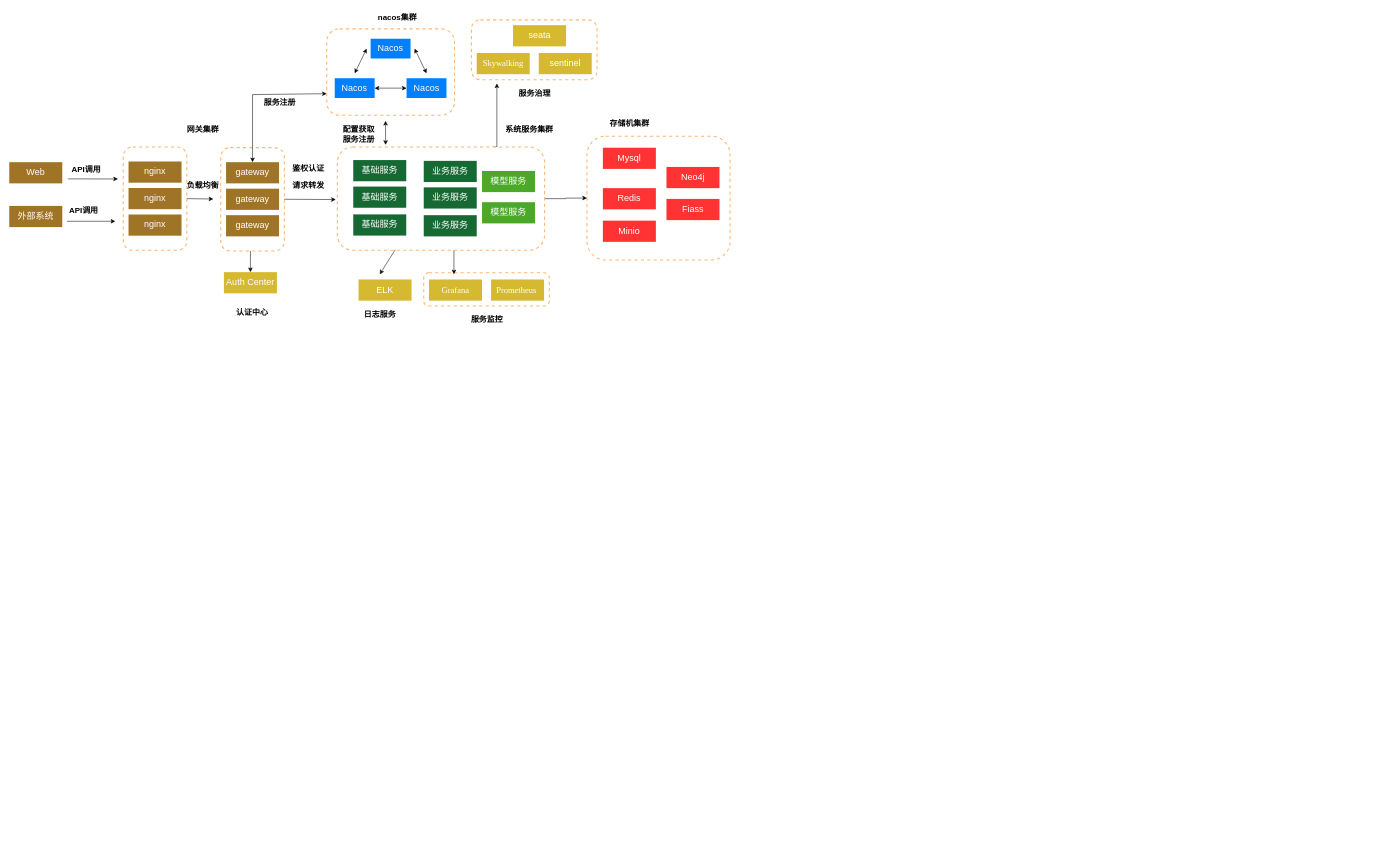
This is 数据检索与维修数据服/部署架构图.drawio from DemonHan/KuickBuy, a draw.io file, before an edit. Source tidied: cells renumbered, new cells numbered last; positions are measured from the earlier drawing's top-left corner, leaving out a move shared by most shapes. Both pictures are drawn from the tidied source at 53%, with x=0, y=0 at pixel (9, 9).
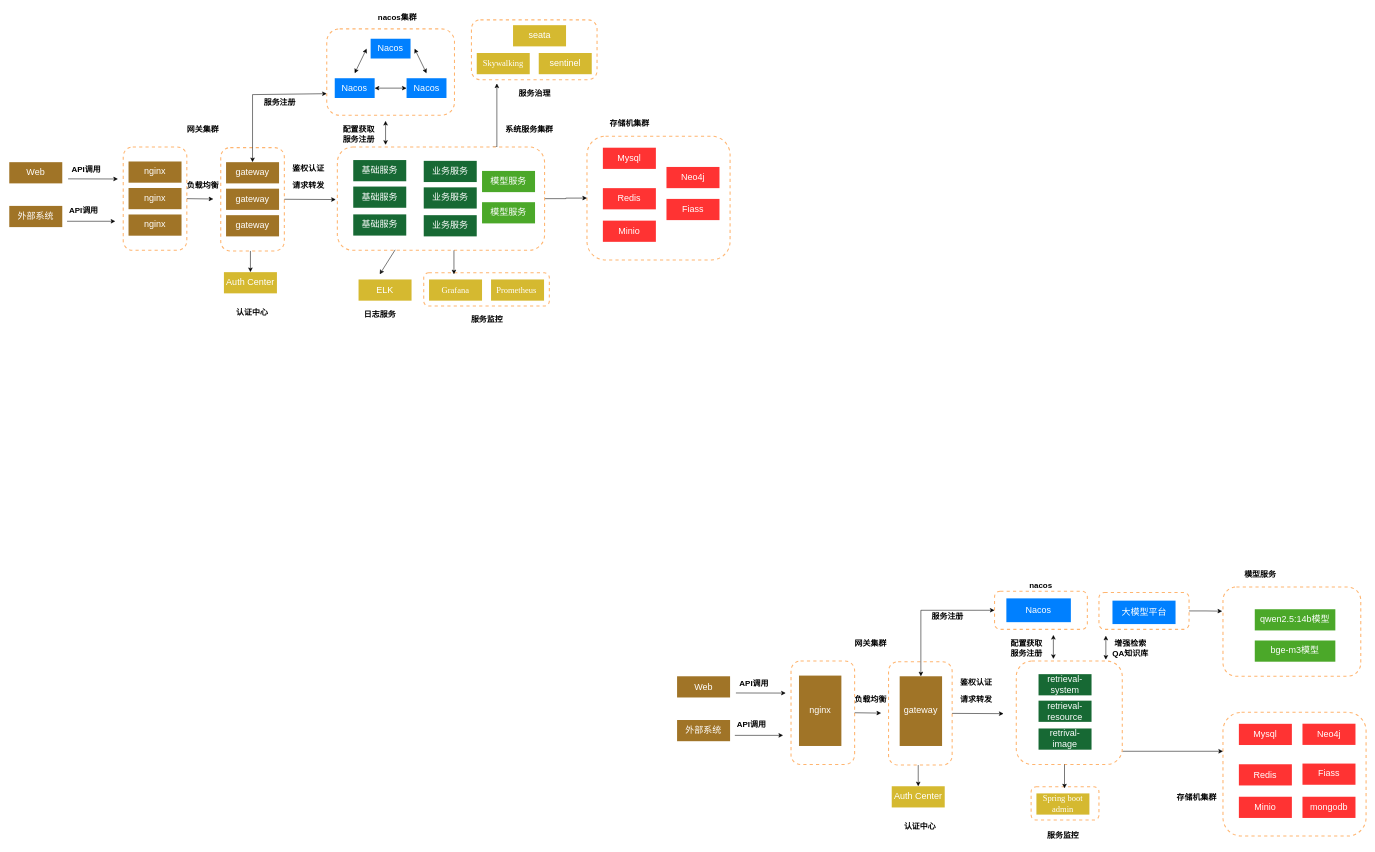
After the change.

Commit message:
更新部署架构图.drawio

Diff of the diagram source:
```diff
@@
+    <mxCell id="72" style="rounded=1;whiteSpace=wrap;html=1;dashed=1;strokeColor=#FFB570;strokeWidth=2;" parent="1" vertex="1">
+      <mxGeometry x="2056" y="1100.4" width="170" height="69.6" as="geometry" />
+    </mxCell>
+    <mxCell id="73" style="rounded=1;whiteSpace=wrap;html=1;dashed=1;strokeColor=#FFB570;strokeWidth=2;" parent="1" vertex="1">
+      <mxGeometry x="2290" y="1090" width="260" height="168.5" as="geometry" />
+    </mxCell>
@@
+    <mxCell id="74" style="rounded=1;whiteSpace=wrap;html=1;dashed=1;strokeColor=#FFB570;strokeWidth=2;" parent="1" vertex="1">
+      <mxGeometry x="1928" y="1467" width="128" height="62.8" as="geometry" />
+    </mxCell>
+    <mxCell id="75" style="rounded=1;whiteSpace=wrap;html=1;dashed=1;strokeColor=#FFB570;strokeWidth=2;" parent="1" vertex="1">
+      <mxGeometry x="1659" y="1231" width="120" height="195" as="geometry" />
+    </mxCell>
+    <mxCell id="76" style="rounded=1;whiteSpace=wrap;html=1;dashed=1;strokeColor=#FFB570;strokeWidth=2;" parent="1" vertex="1">
+      <mxGeometry x="2290" y="1326.5" width="270" height="233.5" as="geometry" />
+    </mxCell>
+    <mxCell id="77" style="endArrow=classic;startArrow=classic;html=1;rounded=0;entryX=0;entryY=0.5;entryDx=0;entryDy=0;" parent="1" edge="1" source="96" target="116">
+      <mxGeometry relative="1" as="geometry">
+        <Array as="points">
+          <mxPoint x="1720" y="1134" />
+        </Array>
+      </mxGeometry>
+    </mxCell>
+    <mxCell id="78" style="endArrow=classic;html=1;rounded=0;" parent="1" edge="1">
+      <mxGeometry relative="1" as="geometry">
+        <mxPoint x="1371" y="1290" as="sourcePoint" />
+        <mxPoint x="1465" y="1290.2" as="targetPoint" />
+      </mxGeometry>
+    </mxCell>
+    <mxCell id="79" value="API调用" style="text;html=1;align=center;verticalAlign=middle;strokeColor=none;fillColor=none;strokeWidth=3;fontSize=15;fontStyle=1;" parent="1" vertex="1">
+      <mxGeometry x="1365" y="1255.8" width="80" height="30" as="geometry" />
+    </mxCell>
+    <mxCell id="80" value="网关集群" style="text;html=1;align=center;verticalAlign=middle;strokeColor=none;fillColor=none;strokeWidth=3;fontSize=15;fontStyle=1;" parent="1" vertex="1">
+      <mxGeometry x="1585" y="1180.5" width="80" height="30" as="geometry" />
+    </mxCell>
+    <mxCell id="81" style="edgeStyle=orthogonalEdgeStyle;rounded=0;jettySize=auto;html=1;" parent="1" edge="1" source="82">
+      <mxGeometry relative="1" as="geometry">
+        <mxPoint x="2290" y="1400" as="targetPoint" />
+        <Array as="points">
+          <mxPoint x="2290" y="1400" />
+        </Array>
+      </mxGeometry>
+    </mxCell>
+    <mxCell id="82" style="rounded=1;whiteSpace=wrap;html=1;dashed=1;strokeColor=#FFB570;strokeWidth=2;" parent="1" vertex="1">
+      <mxGeometry x="1900" y="1229.8" width="200" height="195" as="geometry" />
+    </mxCell>
+    <mxCell id="83" value="&lt;font color=&quot;#ffffff&quot;&gt;retrieval-system&lt;/font&gt;" style="rounded=0;whiteSpace=wrap;html=1;fillColor=#176934;fontSize=17;strokeColor=none;" parent="1" vertex="1">
+      <mxGeometry x="1942" y="1254.5" width="100" height="40" as="geometry" />
+    </mxCell>
+    <mxCell id="84" value="&lt;span style=&quot;color: rgb(255, 255, 255);&quot;&gt;retrieval-resource&lt;/span&gt;" style="rounded=0;whiteSpace=wrap;html=1;fillColor=#176934;fontSize=17;strokeColor=none;" parent="1" vertex="1">
+      <mxGeometry x="1942" y="1304.5" width="100" height="40" as="geometry" />
+    </mxCell>
+    <mxCell id="85" value="&lt;font color=&quot;#ffffff&quot;&gt;retrival-image&lt;/font&gt;" style="rounded=0;whiteSpace=wrap;html=1;fillColor=#176934;fontSize=17;strokeColor=none;" parent="1" vertex="1">
+      <mxGeometry x="1942" y="1357" width="100" height="40" as="geometry" />
+    </mxCell>
+    <mxCell id="86" style="endArrow=classic;html=1;rounded=0;exitX=1;exitY=0.5;exitDx=0;exitDy=0;" parent="1" edge="1" source="75">
+      <mxGeometry relative="1" as="geometry">
+        <mxPoint x="1876" y="1329" as="targetPoint" />
+      </mxGeometry>
+    </mxCell>
+    <mxCell id="87" value="&lt;font color=&quot;#ffffff&quot;&gt;Auth Center&lt;/font&gt;" style="rounded=0;whiteSpace=wrap;html=1;fillColor=#d5b930;fontSize=17;strokeColor=none;" parent="1" vertex="1">
+      <mxGeometry x="1665" y="1466" width="100" height="40" as="geometry" />
+    </mxCell>
+    <mxCell id="88" style="endArrow=classic;html=1;rounded=0;entryX=0.5;entryY=0;entryDx=0;entryDy=0;" parent="1" edge="1" target="87">
+      <mxGeometry relative="1" as="geometry">
+        <mxPoint x="1715" y="1426" as="sourcePoint" />
+      </mxGeometry>
+    </mxCell>
+    <mxCell id="89" value="认证中心" style="text;html=1;align=center;verticalAlign=middle;strokeColor=none;fillColor=none;strokeWidth=3;fontSize=15;fontStyle=1;" parent="1" vertex="1">
+      <mxGeometry x="1678" y="1526" width="80" height="30" as="geometry" />
+    </mxCell>
+    <mxCell id="90" value="&lt;font face=&quot;Times New Roman, serif&quot;&gt;&lt;span style=&quot;font-size: 16px;&quot;&gt;Spring boot admin&lt;/span&gt;&lt;/font&gt;" style="rounded=0;whiteSpace=wrap;html=1;fillColor=#d5b930;fontSize=17;strokeColor=none;fontColor=#FFFFFF;" parent="1" vertex="1">
+      <mxGeometry x="1938" y="1479.5" width="100" height="40" as="geometry" />
+    </mxCell>
+    <mxCell id="91" style="endArrow=classic;html=1;rounded=0;exitX=0.279;exitY=0.995;exitDx=0;exitDy=0;exitPerimeter=0;" parent="1" edge="1">
+      <mxGeometry relative="1" as="geometry">
+        <mxPoint x="1991" y="1424.8" as="sourcePoint" />
+        <mxPoint x="1991" y="1470" as="targetPoint" />
+      </mxGeometry>
+    </mxCell>
+    <mxCell id="92" value="服务监控" style="text;html=1;align=center;verticalAlign=middle;strokeColor=none;fillColor=none;strokeWidth=3;fontSize=15;fontStyle=1;" parent="1" vertex="1">
+      <mxGeometry x="1948" y="1543.8" width="80" height="30" as="geometry" />
+    </mxCell>
+    <mxCell id="93" value="&lt;font color=&quot;#ffffff&quot;&gt;Mysql&lt;/font&gt;" style="rounded=0;whiteSpace=wrap;html=1;fillColor=#FF3333;fontSize=17;strokeColor=none;" parent="1" vertex="1">
+      <mxGeometry x="2320" y="1348.2" width="100" height="40" as="geometry" />
+    </mxCell>
+    <mxCell id="94" value="&lt;font color=&quot;#ffffff&quot;&gt;Redis&lt;/font&gt;" style="rounded=0;whiteSpace=wrap;html=1;fillColor=#FF3333;fontSize=17;strokeColor=none;" parent="1" vertex="1">
+      <mxGeometry x="2320" y="1424.5" width="100" height="40" as="geometry" />
+    </mxCell>
+    <mxCell id="95" style="rounded=1;whiteSpace=wrap;html=1;dashed=1;strokeColor=#FFB570;strokeWidth=2;" parent="1" vertex="1">
+      <mxGeometry x="1475" y="1229.8" width="120" height="195" as="geometry" />
+    </mxCell>
+    <mxCell id="96" value="&lt;font color=&quot;#ffffff&quot;&gt;gateway&lt;/font&gt;" style="rounded=0;whiteSpace=wrap;html=1;fillColor=#a07427;fontSize=17;strokeColor=none;" parent="1" vertex="1">
+      <mxGeometry x="1680" y="1258.5" width="80" height="131.5" as="geometry" />
+    </mxCell>
+    <mxCell id="97" value="&lt;font color=&quot;#ffffff&quot;&gt;nginx&lt;/font&gt;" style="rounded=0;whiteSpace=wrap;html=1;fillColor=#a07427;fontSize=17;strokeColor=none;" parent="1" vertex="1">
+      <mxGeometry x="1490" y="1257.2" width="80" height="132.8" as="geometry" />
+    </mxCell>
+    <mxCell id="98" value="&lt;font color=&quot;#ffffff&quot;&gt;Web&lt;/font&gt;" style="rounded=0;whiteSpace=wrap;html=1;fillColor=#a07427;fontSize=17;strokeColor=none;" parent="1" vertex="1">
+      <mxGeometry x="1260" y="1258.5" width="100" height="40" as="geometry" />
+    </mxCell>
+    <mxCell id="99" value="&lt;font color=&quot;#ffffff&quot;&gt;外部系统&lt;/font&gt;" style="rounded=0;whiteSpace=wrap;html=1;fillColor=#a07427;fontSize=17;strokeColor=none;" parent="1" vertex="1">
+      <mxGeometry x="1260" y="1341" width="100" height="40" as="geometry" />
+    </mxCell>
+    <mxCell id="100" style="endArrow=classic;html=1;rounded=0;" parent="1" edge="1">
+      <mxGeometry relative="1" as="geometry">
+        <mxPoint x="1369" y="1370" as="sourcePoint" />
+        <mxPoint x="1460" y="1370" as="targetPoint" />
+      </mxGeometry>
+    </mxCell>
+    <mxCell id="101" value="API调用" style="text;html=1;align=center;verticalAlign=middle;strokeColor=none;fillColor=none;strokeWidth=3;fontSize=15;fontStyle=1;" parent="1" vertex="1">
+      <mxGeometry x="1360" y="1333.5" width="80" height="30" as="geometry" />
+    </mxCell>
+    <mxCell id="102" style="endArrow=classic;html=1;rounded=0;exitX=1;exitY=0.5;exitDx=0;exitDy=0;" parent="1" edge="1" source="95">
+      <mxGeometry relative="1" as="geometry">
+        <mxPoint x="1645" y="1328" as="targetPoint" />
+      </mxGeometry>
+    </mxCell>
+    <mxCell id="103" value="负载均衡" style="text;html=1;align=center;verticalAlign=middle;strokeColor=none;fillColor=none;strokeWidth=3;fontSize=15;fontStyle=1;" parent="1" vertex="1">
+      <mxGeometry x="1585" y="1287.2" width="80" height="30" as="geometry" />
+    </mxCell>
+    <mxCell id="104" value="请求转发" style="text;html=1;align=center;verticalAlign=middle;strokeColor=none;fillColor=none;strokeWidth=3;fontSize=15;fontStyle=1;" parent="1" vertex="1">
+      <mxGeometry x="1784" y="1287.2" width="80" height="30" as="geometry" />
+    </mxCell>
+    <mxCell id="105" value="存储机集群" style="text;html=1;align=center;verticalAlign=middle;strokeColor=none;fillColor=none;strokeWidth=3;fontSize=15;fontStyle=1;" parent="1" vertex="1">
+      <mxGeometry x="2190" y="1471" width="100" height="30" as="geometry" />
+    </mxCell>
+    <mxCell id="106" value="&lt;font color=&quot;#ffffff&quot;&gt;Minio&lt;/font&gt;" style="rounded=0;whiteSpace=wrap;html=1;fillColor=#FF3333;fontSize=17;strokeColor=none;" parent="1" vertex="1">
+      <mxGeometry x="2320" y="1485.8" width="100" height="40" as="geometry" />
+    </mxCell>
+    <mxCell id="107" value="&lt;font color=&quot;#ffffff&quot;&gt;Neo4j&lt;/font&gt;" style="rounded=0;whiteSpace=wrap;html=1;fillColor=#FF3333;fontSize=17;strokeColor=none;" parent="1" vertex="1">
+      <mxGeometry x="2440" y="1348" width="100" height="40" as="geometry" />
+    </mxCell>
+    <mxCell id="108" value="&lt;font color=&quot;#ffffff&quot;&gt;Fiass&lt;/font&gt;" style="rounded=0;whiteSpace=wrap;html=1;fillColor=#FF3333;fontSize=17;strokeColor=none;" parent="1" vertex="1">
+      <mxGeometry x="2440" y="1423.2" width="100" height="40" as="geometry" />
+    </mxCell>
+    <mxCell id="109" value="服务注册" style="text;html=1;align=center;verticalAlign=middle;strokeColor=none;fillColor=none;strokeWidth=3;fontSize=15;fontStyle=1;" parent="1" vertex="1">
+      <mxGeometry x="1730" y="1130" width="80" height="30" as="geometry" />
+    </mxCell>
+    <mxCell id="110" value="鉴权认证" style="text;html=1;align=center;verticalAlign=middle;strokeColor=none;fillColor=none;strokeWidth=3;fontSize=15;fontStyle=1;" parent="1" vertex="1">
+      <mxGeometry x="1784" y="1254.5" width="80" height="30" as="geometry" />
+    </mxCell>
+    <mxCell id="111" value="服务注册" style="text;html=1;align=center;verticalAlign=middle;strokeColor=none;fillColor=none;strokeWidth=3;fontSize=15;fontStyle=1;" parent="1" vertex="1">
+      <mxGeometry x="1879" y="1199.8" width="80" height="30" as="geometry" />
+    </mxCell>
+    <mxCell id="112" style="endArrow=classic;html=1;rounded=0;exitX=0.279;exitY=0.995;exitDx=0;exitDy=0;exitPerimeter=0;startArrow=classic;startFill=1;" parent="1" edge="1">
+      <mxGeometry relative="1" as="geometry">
+        <mxPoint x="1970" y="1180.5" as="sourcePoint" />
+        <mxPoint x="1970" y="1225.8" as="targetPoint" />
+      </mxGeometry>
+    </mxCell>
+    <mxCell id="113" value="配置获取" style="text;html=1;align=center;verticalAlign=middle;strokeColor=none;fillColor=none;strokeWidth=3;fontSize=15;fontStyle=1;" parent="1" vertex="1">
+      <mxGeometry x="1879" y="1180.5" width="80" height="30" as="geometry" />
+    </mxCell>
+    <mxCell id="114" style="group;" parent="1" vertex="1">
+      <mxGeometry x="1859" y="1030" width="211" height="140" as="geometry" />
+    </mxCell>
+    <mxCell id="115" style="group;" parent="114" vertex="1">
+      <mxGeometry y="25.9" width="211" height="114.1" as="geometry" />
+    </mxCell>
+    <mxCell id="116" style="rounded=1;whiteSpace=wrap;html=1;dashed=1;strokeColor=#FFB570;strokeWidth=2;" parent="115" vertex="1">
+      <mxGeometry y="42" width="175.1" height="72.1" as="geometry" />
+    </mxCell>
+    <mxCell id="117" value="&lt;font color=&quot;#ffffff&quot; style=&quot;font-size: 17px;&quot;&gt;Nacos&lt;/font&gt;" style="rounded=0;whiteSpace=wrap;html=1;fillColor=#0080ff;fontSize=17;strokeColor=none;" parent="115" vertex="1">
+      <mxGeometry x="22.3" y="55.6" width="121.7" height="44.9" as="geometry" />
+    </mxCell>
+    <mxCell id="118" value="nacos" style="text;html=1;align=center;verticalAlign=middle;strokeColor=none;fillColor=none;strokeWidth=3;fontSize=15;fontStyle=1;" parent="115" vertex="1">
+      <mxGeometry x="56.9" y="16.1" width="60" height="30" as="geometry" />
+    </mxCell>
+    <mxCell id="119" value="qwen2.5:14b模型" style="rounded=0;whiteSpace=wrap;html=1;fillColor=#4ba829;fontSize=17;strokeColor=none;fontColor=light-dark(#ffffff, #ededed);" parent="1" vertex="1">
+      <mxGeometry x="2350" y="1132" width="152" height="40" as="geometry" />
+    </mxCell>
+    <mxCell id="120" value="&lt;font color=&quot;#ffffff&quot;&gt;bge-m3模型&lt;/font&gt;" style="rounded=0;whiteSpace=wrap;html=1;fillColor=#4ba829;fontSize=17;strokeColor=none;" parent="1" vertex="1">
+      <mxGeometry x="2350" y="1191" width="152" height="40" as="geometry" />
+    </mxCell>
+    <mxCell id="121" value="&lt;font color=&quot;#ffffff&quot;&gt;mongodb&lt;/font&gt;" style="rounded=0;whiteSpace=wrap;html=1;fillColor=#FF3333;fontSize=17;strokeColor=none;" parent="1" vertex="1">
+      <mxGeometry x="2440" y="1485.8" width="100" height="40" as="geometry" />
+    </mxCell>
+    <mxCell id="122" value="&lt;font color=&quot;#ffffff&quot;&gt;大模型平台&lt;/font&gt;" style="rounded=0;whiteSpace=wrap;html=1;fillColor=#0080ff;fontSize=17;strokeColor=none;" parent="1" vertex="1">
+      <mxGeometry x="2081.5" y="1115.8" width="119" height="44.2" as="geometry" />
+    </mxCell>
+    <mxCell id="123" style="endArrow=classic;html=1;rounded=0;exitX=0.279;exitY=0.995;exitDx=0;exitDy=0;exitPerimeter=0;startArrow=classic;startFill=1;" parent="1" edge="1">
+      <mxGeometry relative="1" as="geometry">
+        <mxPoint x="2069" y="1182" as="sourcePoint" />
+        <mxPoint x="2069" y="1227.2" as="targetPoint" />
+      </mxGeometry>
+    </mxCell>
+    <mxCell id="124" style="edgeStyle=orthogonalEdgeStyle;rounded=0;jettySize=auto;html=1;entryX=-0.006;entryY=0.271;entryDx=0;entryDy=0;entryPerimeter=0;" parent="1" edge="1" source="72" target="73">
+      <mxGeometry relative="1" as="geometry">
+        <Array as="points">
+          <mxPoint x="2258" y="1135" />
+          <mxPoint x="2291" y="1136" />
+        </Array>
+      </mxGeometry>
+    </mxCell>
+    <mxCell id="125" value="增强检索&lt;div&gt;QA知识库&lt;/div&gt;" style="text;html=1;align=center;verticalAlign=middle;strokeColor=none;fillColor=none;strokeWidth=3;fontSize=15;fontStyle=1;" parent="1" vertex="1">
+      <mxGeometry x="2070" y="1179.8" width="90" height="50" as="geometry" />
+    </mxCell>
+    <mxCell id="126" value="模型服务" style="text;html=1;align=center;verticalAlign=middle;strokeColor=none;fillColor=none;strokeWidth=3;fontSize=15;fontStyle=1;" parent="1" vertex="1">
+      <mxGeometry x="2320" y="1050" width="80" height="30" as="geometry" />
+    </mxCell>
```
